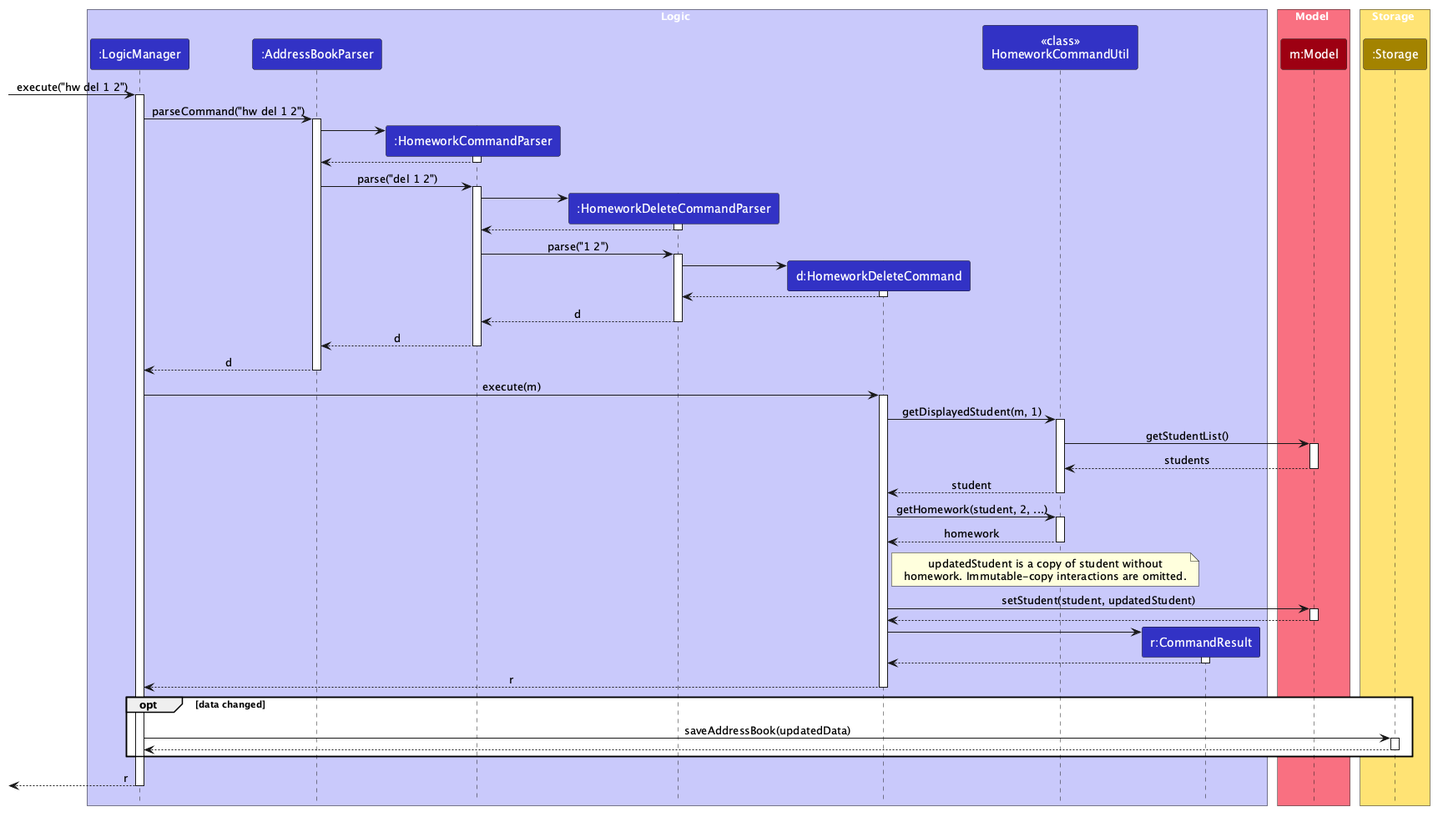
This is docs/images/HomeworkDeleteSequenceDiagram.png from Alexc09/tp, a PlantUML export, as it was before one commit.
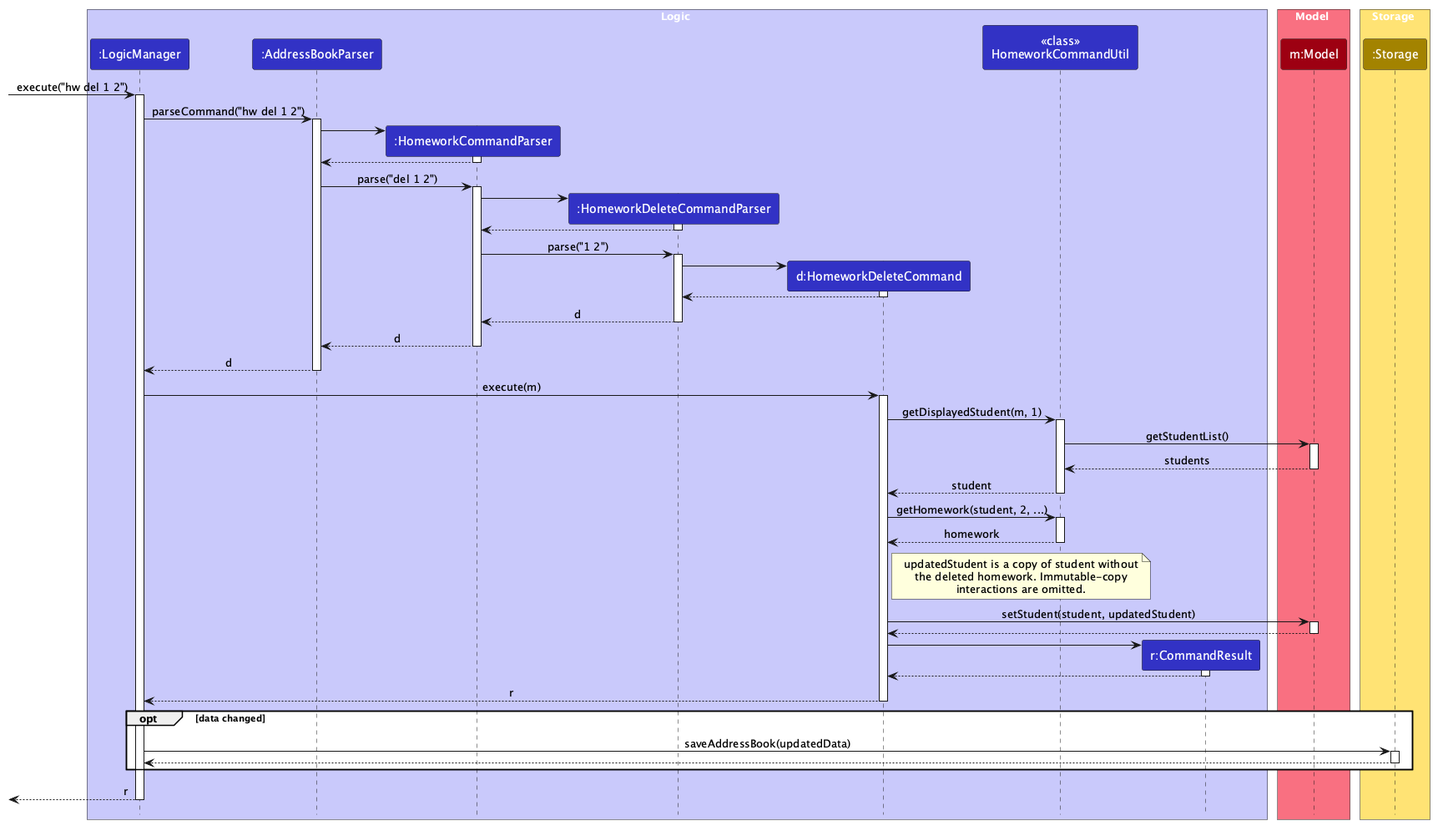
The same diagram one commit later.

Commit message:
DG: Say which homework delete diagram removes

The note in the homework delete sequence diagram says updatedStudent
is a copy of student "without homework". A reader can take this to
mean the copy has no homework at all, while only the deleted record
is left out.

Let's say "without the deleted homework" and render the diagram
again.

The edit, as a diff of the source:
```diff
@@ -85,7 +85,8 @@
 
 note right of HomeworkDeleteCommand
   updatedStudent is a copy of student without
-  homework. Immutable-copy interactions are omitted.
+  the deleted homework. Immutable-copy
+  interactions are omitted.
 end note
 HomeworkDeleteCommand -> Model : setStudent(student, updatedStudent)
 activate Model
```
